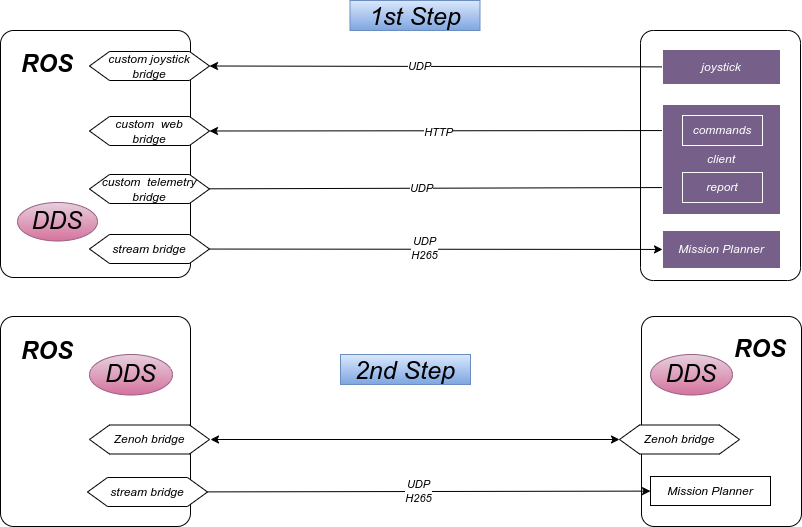
Above: images/domains.drawio.png in ori-kruk/desgin (draw.io), before the change. Source tidied: cells renumbered, new cells last; positions are measured from the earlier drawing's top-left corner, leaving out a move shared by most shapes. The source it was exported from:
```xml
<mxGraphModel>
  <root>
    <mxCell id="0" />
    <mxCell id="1" parent="0" />
    <mxCell id="2" style="rounded=1;whiteSpace=wrap;html=1;fontSize=24;arcSize=8;fontStyle=2;" parent="1" vertex="1">
      <mxGeometry x="640" y="30" width="160" height="250" as="geometry" />
    </mxCell>
    <mxCell id="3" style="rounded=1;whiteSpace=wrap;html=1;arcSize=7;fontStyle=2;" parent="1" vertex="1">
      <mxGeometry y="30" width="190" height="247" as="geometry" />
    </mxCell>
    <mxCell id="4" value="custom joystick&lt;br&gt;bridge" style="shape=hexagon;perimeter=hexagonPerimeter2;whiteSpace=wrap;html=1;fixedSize=1;fontStyle=2;" parent="1" vertex="1">
      <mxGeometry x="89" y="51" width="120" height="29" as="geometry" />
    </mxCell>
    <mxCell id="5" value="UDP" style="edgeStyle=none;html=1;entryX=1;entryY=0.5;entryDx=0;entryDy=0;fontStyle=2;" parent="1" edge="1" source="6" target="4">
      <mxGeometry x="0.07" relative="1" as="geometry" />
    </mxCell>
    <mxCell id="6" value="joystick" style="rounded=0;whiteSpace=wrap;html=1;fillColor=#76608a;fontColor=#ffffff;strokeColor=#FFFFFF;fontStyle=2;" parent="1" vertex="1">
      <mxGeometry x="662" y="49" width="118" height="35" as="geometry" />
    </mxCell>
    <mxCell id="7" style="edgeStyle=none;html=1;entryX=1;entryY=0.5;entryDx=0;entryDy=0;fontStyle=2;" parent="1" edge="1" source="34" target="9">
      <mxGeometry relative="1" as="geometry" />
    </mxCell>
    <mxCell id="8" value="HTTP" style="edgeLabel;html=1;align=center;verticalAlign=middle;fontStyle=2;" parent="7" vertex="1">
      <mxGeometry x="0.42" y="-2" relative="1" as="geometry">
        <mxPoint x="91" y="3" as="offset" />
      </mxGeometry>
    </mxCell>
    <mxCell id="9" value="custom&amp;nbsp; web&lt;br&gt;bridge" style="shape=hexagon;perimeter=hexagonPerimeter2;whiteSpace=wrap;html=1;fixedSize=1;fontStyle=2;" parent="1" vertex="1">
      <mxGeometry x="89" y="116" width="120" height="29" as="geometry" />
    </mxCell>
    <mxCell id="10" value="UDP" style="edgeStyle=none;html=1;entryX=0;entryY=0.5;entryDx=0;entryDy=0;fontStyle=2;" parent="1" edge="1" source="11" target="35">
      <mxGeometry x="-0.11" relative="1" as="geometry" />
    </mxCell>
    <mxCell id="11" value="custom&amp;nbsp; telemetry&lt;br&gt;bridge" style="shape=hexagon;perimeter=hexagonPerimeter2;whiteSpace=wrap;html=1;fixedSize=1;fontStyle=2;" parent="1" vertex="1">
      <mxGeometry x="89" y="174" width="120" height="29" as="geometry" />
    </mxCell>
    <mxCell id="12" style="edgeStyle=none;html=1;fontStyle=2;" parent="1" edge="1" source="14" target="15">
      <mxGeometry relative="1" as="geometry" />
    </mxCell>
    <mxCell id="13" value="UDP&lt;br&gt;H265" style="edgeLabel;html=1;align=center;verticalAlign=middle;fontStyle=2;" parent="12" vertex="1">
      <mxGeometry x="-0.12" y="1" relative="1" as="geometry">
        <mxPoint x="16" as="offset" />
      </mxGeometry>
    </mxCell>
    <mxCell id="14" value="stream bridge" style="shape=hexagon;perimeter=hexagonPerimeter2;whiteSpace=wrap;html=1;fixedSize=1;fontStyle=2;" parent="1" vertex="1">
      <mxGeometry x="89" y="234" width="120" height="29" as="geometry" />
    </mxCell>
    <mxCell id="15" value="Mission Planner" style="rounded=0;whiteSpace=wrap;html=1;fillColor=#76608a;fontColor=#ffffff;strokeColor=#FFFFFF;fontStyle=2;" parent="1" vertex="1">
      <mxGeometry x="662" y="230" width="118" height="38" as="geometry" />
    </mxCell>
    <mxCell id="16" value="ROS" style="text;strokeColor=none;align=center;fillColor=none;html=1;verticalAlign=middle;whiteSpace=wrap;rounded=0;fontStyle=3;fontSize=24;" parent="1" vertex="1">
      <mxGeometry x="17" y="49" width="60" height="30" as="geometry" />
    </mxCell>
    <mxCell id="17" style="rounded=1;whiteSpace=wrap;html=1;fontSize=24;arcSize=8;fontStyle=2;" parent="1" vertex="1">
      <mxGeometry x="641" y="316" width="160" height="210" as="geometry" />
    </mxCell>
    <mxCell id="18" style="rounded=1;whiteSpace=wrap;html=1;arcSize=7;fontStyle=2;" parent="1" vertex="1">
      <mxGeometry y="316" width="190" height="210" as="geometry" />
    </mxCell>
    <mxCell id="19" style="edgeStyle=none;html=1;fontStyle=2;" parent="1" edge="1" source="21" target="22">
      <mxGeometry relative="1" as="geometry" />
    </mxCell>
    <mxCell id="20" value="UDP&lt;br&gt;H265" style="edgeLabel;html=1;align=center;verticalAlign=middle;fontStyle=2;" parent="19" vertex="1">
      <mxGeometry x="-0.12" y="1" relative="1" as="geometry">
        <mxPoint x="16" as="offset" />
      </mxGeometry>
    </mxCell>
    <mxCell id="21" value="stream bridge" style="shape=hexagon;perimeter=hexagonPerimeter2;whiteSpace=wrap;html=1;fixedSize=1;fontStyle=2;" parent="1" vertex="1">
      <mxGeometry x="87" y="477" width="120" height="29" as="geometry" />
    </mxCell>
    <mxCell id="22" value="Mission Planner" style="rounded=0;whiteSpace=wrap;html=1;fontStyle=2;" parent="1" vertex="1">
      <mxGeometry x="650" y="476" width="120" height="29" as="geometry" />
    </mxCell>
    <mxCell id="23" value="ROS" style="text;strokeColor=none;align=center;fillColor=none;html=1;verticalAlign=middle;whiteSpace=wrap;rounded=0;fontStyle=3;fontSize=24;" parent="1" vertex="1">
      <mxGeometry x="17" y="336" width="60" height="30" as="geometry" />
    </mxCell>
    <mxCell id="24" value="ROS" style="text;strokeColor=none;align=center;fillColor=none;html=1;verticalAlign=middle;whiteSpace=wrap;rounded=0;fontStyle=3;fontSize=24;" parent="1" vertex="1">
      <mxGeometry x="730" y="334" width="60" height="30" as="geometry" />
    </mxCell>
    <mxCell id="25" value="Zenoh bridge" style="shape=hexagon;perimeter=hexagonPerimeter2;whiteSpace=wrap;html=1;fixedSize=1;fontStyle=2;" parent="1" vertex="1">
      <mxGeometry x="89" y="424.5" width="120" height="29" as="geometry" />
    </mxCell>
    <mxCell id="26" value="Zenoh bridge" style="shape=hexagon;perimeter=hexagonPerimeter2;whiteSpace=wrap;html=1;fixedSize=1;fontStyle=2;" parent="1" vertex="1">
      <mxGeometry x="619" y="424.5" width="120" height="29" as="geometry" />
    </mxCell>
    <mxCell id="27" style="endArrow=classic;startArrow=classic;html=1;fontSize=24;entryX=0;entryY=0.5;entryDx=0;entryDy=0;fontStyle=2;" parent="1" edge="1" target="26">
      <mxGeometry relative="1" as="geometry">
        <mxPoint x="210" y="439" as="sourcePoint" />
      </mxGeometry>
    </mxCell>
    <mxCell id="28" value="DDS" style="ellipse;whiteSpace=wrap;html=1;fontSize=24;fillColor=#e6d0de;gradientColor=#d5739d;strokeColor=#996185;fontStyle=2;" parent="1" vertex="1">
      <mxGeometry x="650" y="354" width="82" height="40.5" as="geometry" />
    </mxCell>
    <mxCell id="29" value="1st Step" style="text;strokeColor=#6c8ebf;align=center;fillColor=#dae8fc;html=1;verticalAlign=middle;whiteSpace=wrap;rounded=0;fontSize=25;gradientColor=#7ea6e0;fontStyle=2;" parent="1" vertex="1">
      <mxGeometry x="349.5" width="130" height="30" as="geometry" />
    </mxCell>
    <mxCell id="30" value="2nd Step" style="text;strokeColor=#6c8ebf;align=center;fillColor=#dae8fc;html=1;verticalAlign=middle;whiteSpace=wrap;rounded=0;fontSize=25;gradientColor=#7ea6e0;fontStyle=2;" parent="1" vertex="1">
      <mxGeometry x="340" y="354" width="130" height="30" as="geometry" />
    </mxCell>
    <mxCell id="31" value="DDS" style="ellipse;whiteSpace=wrap;html=1;fontSize=24;fillColor=#e6d0de;gradientColor=#d5739d;strokeColor=#996185;fontStyle=2;" parent="1" vertex="1">
      <mxGeometry x="89" y="354" width="83" height="40.5" as="geometry" />
    </mxCell>
    <mxCell id="32" value="DDS" style="ellipse;whiteSpace=wrap;html=1;fontSize=24;fillColor=#e6d0de;strokeColor=#996185;gradientColor=#d5739d;fontStyle=2;" parent="1" vertex="1">
      <mxGeometry x="17" y="202" width="80" height="38.5" as="geometry" />
    </mxCell>
    <mxCell id="33" value="client" style="whiteSpace=wrap;html=1;fillColor=#76608a;fontColor=#ffffff;strokeColor=#FFFFFF;fontStyle=2;" parent="1" vertex="1">
      <mxGeometry x="662" y="104" width="118" height="110" as="geometry" />
    </mxCell>
    <mxCell id="34" value="commands" style="rounded=0;whiteSpace=wrap;html=1;fillColor=#76608a;fontColor=#ffffff;strokeColor=#FFFFFF;fontStyle=2;" parent="1" vertex="1">
      <mxGeometry x="682" y="115" width="80" height="30" as="geometry" />
    </mxCell>
    <mxCell id="35" value="report" style="rounded=0;whiteSpace=wrap;html=1;fillColor=#76608a;fontColor=#ffffff;strokeColor=#FAFAFA;fontStyle=2;" parent="1" vertex="1">
      <mxGeometry x="682" y="172" width="80" height="30" as="geometry" />
    </mxCell>
  </root>
</mxGraphModel>
```
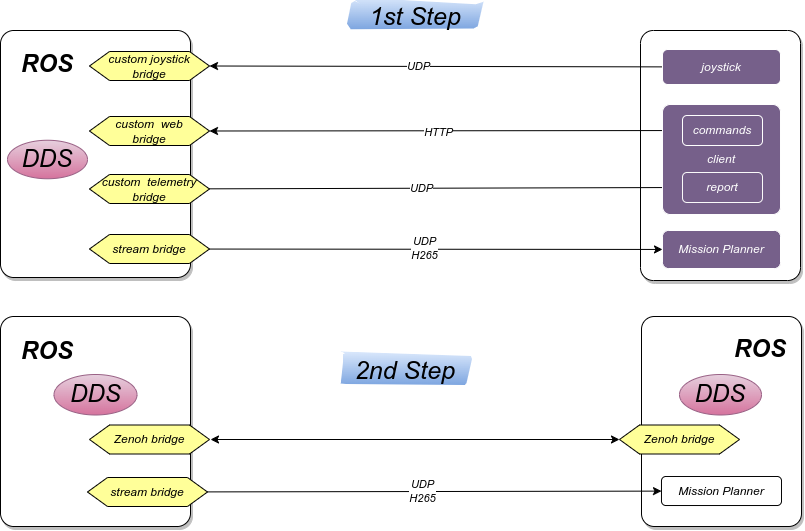
The same diagram one commit later.

What changed in the source:
```diff
@@ -2,19 +2,19 @@
   <root>
     <mxCell id="0" />
     <mxCell id="1" parent="0" />
-    <mxCell id="2" style="rounded=1;whiteSpace=wrap;html=1;fontSize=24;arcSize=8;fontStyle=2;" parent="1" vertex="1">
+    <mxCell id="2" style="rounded=1;whiteSpace=wrap;html=1;fontSize=24;arcSize=8;fontStyle=2;shadow=1;" parent="1" vertex="1">
       <mxGeometry x="640" y="30" width="160" height="250" as="geometry" />
     </mxCell>
-    <mxCell id="3" style="rounded=1;whiteSpace=wrap;html=1;arcSize=7;fontStyle=2;" parent="1" vertex="1">
+    <mxCell id="3" style="rounded=1;whiteSpace=wrap;html=1;arcSize=7;fontStyle=2;shadow=1;" parent="1" vertex="1">
       <mxGeometry y="30" width="190" height="247" as="geometry" />
     </mxCell>
-    <mxCell id="4" value="custom joystick&lt;br&gt;bridge" style="shape=hexagon;perimeter=hexagonPerimeter2;whiteSpace=wrap;html=1;fixedSize=1;fontStyle=2;" parent="1" vertex="1">
+    <mxCell id="4" value="custom joystick&lt;br&gt;bridge" style="shape=hexagon;perimeter=hexagonPerimeter2;whiteSpace=wrap;html=1;fixedSize=1;fontStyle=2;fillColor=#FFFF99;strokeColor=default;strokeWidth=1;perimeterSpacing=0;fontColor=#000000;" parent="1" vertex="1">
       <mxGeometry x="89" y="51" width="120" height="29" as="geometry" />
     </mxCell>
     <mxCell id="5" value="UDP" style="edgeStyle=none;html=1;entryX=1;entryY=0.5;entryDx=0;entryDy=0;fontStyle=2;" parent="1" edge="1" source="6" target="4">
       <mxGeometry x="0.07" relative="1" as="geometry" />
     </mxCell>
-    <mxCell id="6" value="joystick" style="rounded=0;whiteSpace=wrap;html=1;fillColor=#76608a;fontColor=#ffffff;strokeColor=#FFFFFF;fontStyle=2;" parent="1" vertex="1">
+    <mxCell id="6" value="joystick" style="rounded=1;whiteSpace=wrap;html=1;fillColor=#76608a;fontColor=#ffffff;strokeColor=#FFFFFF;fontStyle=2;" parent="1" vertex="1">
       <mxGeometry x="662" y="49" width="118" height="35" as="geometry" />
     </mxCell>
     <mxCell id="7" style="edgeStyle=none;html=1;entryX=1;entryY=0.5;entryDx=0;entryDy=0;fontStyle=2;" parent="1" edge="1" source="34" target="9">
@@ -25,13 +25,13 @@
         <mxPoint x="91" y="3" as="offset" />
       </mxGeometry>
     </mxCell>
-    <mxCell id="9" value="custom&amp;nbsp; web&lt;br&gt;bridge" style="shape=hexagon;perimeter=hexagonPerimeter2;whiteSpace=wrap;html=1;fixedSize=1;fontStyle=2;" parent="1" vertex="1">
+    <mxCell id="9" value="custom&amp;nbsp; web&lt;br&gt;bridge" style="shape=hexagon;perimeter=hexagonPerimeter2;whiteSpace=wrap;html=1;fixedSize=1;fontStyle=2;fillColor=#FFFF99;fontColor=#000000;strokeWidth=1;" parent="1" vertex="1">
       <mxGeometry x="89" y="116" width="120" height="29" as="geometry" />
     </mxCell>
     <mxCell id="10" value="UDP" style="edgeStyle=none;html=1;entryX=0;entryY=0.5;entryDx=0;entryDy=0;fontStyle=2;" parent="1" edge="1" source="11" target="35">
       <mxGeometry x="-0.11" relative="1" as="geometry" />
     </mxCell>
-    <mxCell id="11" value="custom&amp;nbsp; telemetry&lt;br&gt;bridge" style="shape=hexagon;perimeter=hexagonPerimeter2;whiteSpace=wrap;html=1;fixedSize=1;fontStyle=2;" parent="1" vertex="1">
+    <mxCell id="11" value="custom&amp;nbsp; telemetry&lt;br&gt;bridge" style="shape=hexagon;perimeter=hexagonPerimeter2;whiteSpace=wrap;html=1;fixedSize=1;fontStyle=2;fillColor=#FFFF99;fontColor=#000000;strokeWidth=1;" parent="1" vertex="1">
       <mxGeometry x="89" y="174" width="120" height="29" as="geometry" />
     </mxCell>
     <mxCell id="12" style="edgeStyle=none;html=1;fontStyle=2;" parent="1" edge="1" source="14" target="15">
@@ -42,19 +42,19 @@
         <mxPoint x="16" as="offset" />
       </mxGeometry>
     </mxCell>
-    <mxCell id="14" value="stream bridge" style="shape=hexagon;perimeter=hexagonPerimeter2;whiteSpace=wrap;html=1;fixedSize=1;fontStyle=2;" parent="1" vertex="1">
+    <mxCell id="14" value="stream bridge" style="shape=hexagon;perimeter=hexagonPerimeter2;whiteSpace=wrap;html=1;fixedSize=1;fontStyle=2;fillColor=#FFFF99;fontColor=#000000;strokeWidth=1;gradientColor=none;fillStyle=auto;" parent="1" vertex="1">
       <mxGeometry x="89" y="234" width="120" height="29" as="geometry" />
     </mxCell>
-    <mxCell id="15" value="Mission Planner" style="rounded=0;whiteSpace=wrap;html=1;fillColor=#76608a;fontColor=#ffffff;strokeColor=#FFFFFF;fontStyle=2;" parent="1" vertex="1">
+    <mxCell id="15" value="Mission Planner" style="rounded=1;whiteSpace=wrap;html=1;fillColor=#76608a;fontColor=#ffffff;strokeColor=#FFFFFF;fontStyle=2;" parent="1" vertex="1">
       <mxGeometry x="662" y="230" width="118" height="38" as="geometry" />
     </mxCell>
     <mxCell id="16" value="ROS" style="text;strokeColor=none;align=center;fillColor=none;html=1;verticalAlign=middle;whiteSpace=wrap;rounded=0;fontStyle=3;fontSize=24;" parent="1" vertex="1">
       <mxGeometry x="17" y="49" width="60" height="30" as="geometry" />
     </mxCell>
-    <mxCell id="17" style="rounded=1;whiteSpace=wrap;html=1;fontSize=24;arcSize=8;fontStyle=2;" parent="1" vertex="1">
+    <mxCell id="17" style="rounded=1;whiteSpace=wrap;html=1;fontSize=24;arcSize=8;fontStyle=2;shadow=1;" parent="1" vertex="1">
       <mxGeometry x="641" y="316" width="160" height="210" as="geometry" />
     </mxCell>
-    <mxCell id="18" style="rounded=1;whiteSpace=wrap;html=1;arcSize=7;fontStyle=2;" parent="1" vertex="1">
+    <mxCell id="18" style="rounded=1;whiteSpace=wrap;html=1;arcSize=7;fontStyle=2;shadow=1;" parent="1" vertex="1">
       <mxGeometry y="316" width="190" height="210" as="geometry" />
     </mxCell>
     <mxCell id="19" style="edgeStyle=none;html=1;fontStyle=2;" parent="1" edge="1" source="21" target="22">
@@ -65,22 +65,22 @@
         <mxPoint x="16" as="offset" />
       </mxGeometry>
     </mxCell>
-    <mxCell id="21" value="stream bridge" style="shape=hexagon;perimeter=hexagonPerimeter2;whiteSpace=wrap;html=1;fixedSize=1;fontStyle=2;" parent="1" vertex="1">
+    <mxCell id="21" value="stream bridge" style="shape=hexagon;perimeter=hexagonPerimeter2;whiteSpace=wrap;html=1;fixedSize=1;fontStyle=2;fillColor=#FFFF99;fontColor=#000000;strokeWidth=1;" parent="1" vertex="1">
       <mxGeometry x="87" y="477" width="120" height="29" as="geometry" />
     </mxCell>
-    <mxCell id="22" value="Mission Planner" style="rounded=0;whiteSpace=wrap;html=1;fontStyle=2;" parent="1" vertex="1">
-      <mxGeometry x="650" y="476" width="120" height="29" as="geometry" />
+    <mxCell id="22" value="Mission Planner" style="rounded=1;whiteSpace=wrap;html=1;fontStyle=2;" parent="1" vertex="1">
+      <mxGeometry x="661" y="476" width="120" height="29" as="geometry" />
     </mxCell>
     <mxCell id="23" value="ROS" style="text;strokeColor=none;align=center;fillColor=none;html=1;verticalAlign=middle;whiteSpace=wrap;rounded=0;fontStyle=3;fontSize=24;" parent="1" vertex="1">
       <mxGeometry x="17" y="336" width="60" height="30" as="geometry" />
     </mxCell>
-    <mxCell id="24" value="ROS" style="text;strokeColor=none;align=center;fillColor=none;html=1;verticalAlign=middle;whiteSpace=wrap;rounded=0;fontStyle=3;fontSize=24;" parent="1" vertex="1">
+    <mxCell id="24" value="ROS" style="text;strokeColor=none;align=center;fillColor=none;html=1;verticalAlign=middle;whiteSpace=wrap;rounded=0;fontStyle=3;fontSize=24;glass=0;" parent="1" vertex="1">
       <mxGeometry x="730" y="334" width="60" height="30" as="geometry" />
     </mxCell>
-    <mxCell id="25" value="Zenoh bridge" style="shape=hexagon;perimeter=hexagonPerimeter2;whiteSpace=wrap;html=1;fixedSize=1;fontStyle=2;" parent="1" vertex="1">
+    <mxCell id="25" value="Zenoh bridge" style="shape=hexagon;perimeter=hexagonPerimeter2;whiteSpace=wrap;html=1;fixedSize=1;fontStyle=2;fillColor=#FFFF99;fontColor=#000000;strokeWidth=1;" parent="1" vertex="1">
       <mxGeometry x="89" y="424.5" width="120" height="29" as="geometry" />
     </mxCell>
-    <mxCell id="26" value="Zenoh bridge" style="shape=hexagon;perimeter=hexagonPerimeter2;whiteSpace=wrap;html=1;fixedSize=1;fontStyle=2;" parent="1" vertex="1">
+    <mxCell id="26" value="Zenoh bridge" style="shape=hexagon;perimeter=hexagonPerimeter2;whiteSpace=wrap;html=1;fixedSize=1;fontStyle=2;rounded=0;fillColor=#FFFF99;fontColor=#000000;strokeWidth=1;" parent="1" vertex="1">
       <mxGeometry x="619" y="424.5" width="120" height="29" as="geometry" />
     </mxCell>
     <mxCell id="27" style="endArrow=classic;startArrow=classic;html=1;fontSize=24;entryX=0;entryY=0.5;entryDx=0;entryDy=0;fontStyle=2;" parent="1" edge="1" target="26">
@@ -89,27 +89,27 @@
       </mxGeometry>
     </mxCell>
     <mxCell id="28" value="DDS" style="ellipse;whiteSpace=wrap;html=1;fontSize=24;fillColor=#e6d0de;gradientColor=#d5739d;strokeColor=#996185;fontStyle=2;" parent="1" vertex="1">
-      <mxGeometry x="650" y="354" width="82" height="40.5" as="geometry" />
+      <mxGeometry x="679" y="374" width="82" height="40.5" as="geometry" />
     </mxCell>
-    <mxCell id="29" value="1st Step" style="text;strokeColor=#6c8ebf;align=center;fillColor=#dae8fc;html=1;verticalAlign=middle;whiteSpace=wrap;rounded=0;fontSize=25;gradientColor=#7ea6e0;fontStyle=2;" parent="1" vertex="1">
+    <mxCell id="29" value="1st Step" style="text;strokeColor=none;align=center;fillColor=#dae8fc;html=1;verticalAlign=middle;whiteSpace=wrap;rounded=1;fontSize=25;gradientColor=#7ea6e0;fontStyle=2;sketch=1;curveFitting=1;jiggle=2;glass=0;" parent="1" vertex="1">
       <mxGeometry x="349.5" width="130" height="30" as="geometry" />
     </mxCell>
-    <mxCell id="30" value="2nd Step" style="text;strokeColor=#6c8ebf;align=center;fillColor=#dae8fc;html=1;verticalAlign=middle;whiteSpace=wrap;rounded=0;fontSize=25;gradientColor=#7ea6e0;fontStyle=2;" parent="1" vertex="1">
+    <mxCell id="30" value="2nd Step" style="text;strokeColor=none;align=center;fillColor=#dae8fc;html=1;verticalAlign=middle;whiteSpace=wrap;rounded=1;fontSize=25;gradientColor=#7ea6e0;fontStyle=2;glass=0;sketch=1;curveFitting=1;jiggle=2;" parent="1" vertex="1">
       <mxGeometry x="340" y="354" width="130" height="30" as="geometry" />
     </mxCell>
     <mxCell id="31" value="DDS" style="ellipse;whiteSpace=wrap;html=1;fontSize=24;fillColor=#e6d0de;gradientColor=#d5739d;strokeColor=#996185;fontStyle=2;" parent="1" vertex="1">
-      <mxGeometry x="89" y="354" width="83" height="40.5" as="geometry" />
+      <mxGeometry x="53.5" y="374" width="83" height="40.5" as="geometry" />
     </mxCell>
     <mxCell id="32" value="DDS" style="ellipse;whiteSpace=wrap;html=1;fontSize=24;fillColor=#e6d0de;strokeColor=#996185;gradientColor=#d5739d;fontStyle=2;" parent="1" vertex="1">
-      <mxGeometry x="17" y="202" width="80" height="38.5" as="geometry" />
+      <mxGeometry x="7" y="139.8" width="80" height="38.5" as="geometry" />
     </mxCell>
-    <mxCell id="33" value="client" style="whiteSpace=wrap;html=1;fillColor=#76608a;fontColor=#ffffff;strokeColor=#FFFFFF;fontStyle=2;" parent="1" vertex="1">
+    <mxCell id="33" value="client" style="whiteSpace=wrap;html=1;fillColor=#76608a;fontColor=#ffffff;strokeColor=#FFFFFF;fontStyle=2;rounded=1;arcSize=7;" parent="1" vertex="1">
       <mxGeometry x="662" y="104" width="118" height="110" as="geometry" />
     </mxCell>
-    <mxCell id="34" value="commands" style="rounded=0;whiteSpace=wrap;html=1;fillColor=#76608a;fontColor=#ffffff;strokeColor=#FFFFFF;fontStyle=2;" parent="1" vertex="1">
+    <mxCell id="34" value="commands" style="rounded=1;whiteSpace=wrap;html=1;fillColor=#76608a;fontColor=#ffffff;strokeColor=#FFFFFF;fontStyle=2;" parent="1" vertex="1">
       <mxGeometry x="682" y="115" width="80" height="30" as="geometry" />
     </mxCell>
-    <mxCell id="35" value="report" style="rounded=0;whiteSpace=wrap;html=1;fillColor=#76608a;fontColor=#ffffff;strokeColor=#FAFAFA;fontStyle=2;" parent="1" vertex="1">
+    <mxCell id="35" value="report" style="rounded=1;whiteSpace=wrap;html=1;fillColor=#76608a;fontColor=#ffffff;strokeColor=#FAFAFA;fontStyle=2;" parent="1" vertex="1">
       <mxGeometry x="682" y="172" width="80" height="30" as="geometry" />
     </mxCell>
   </root>
```
